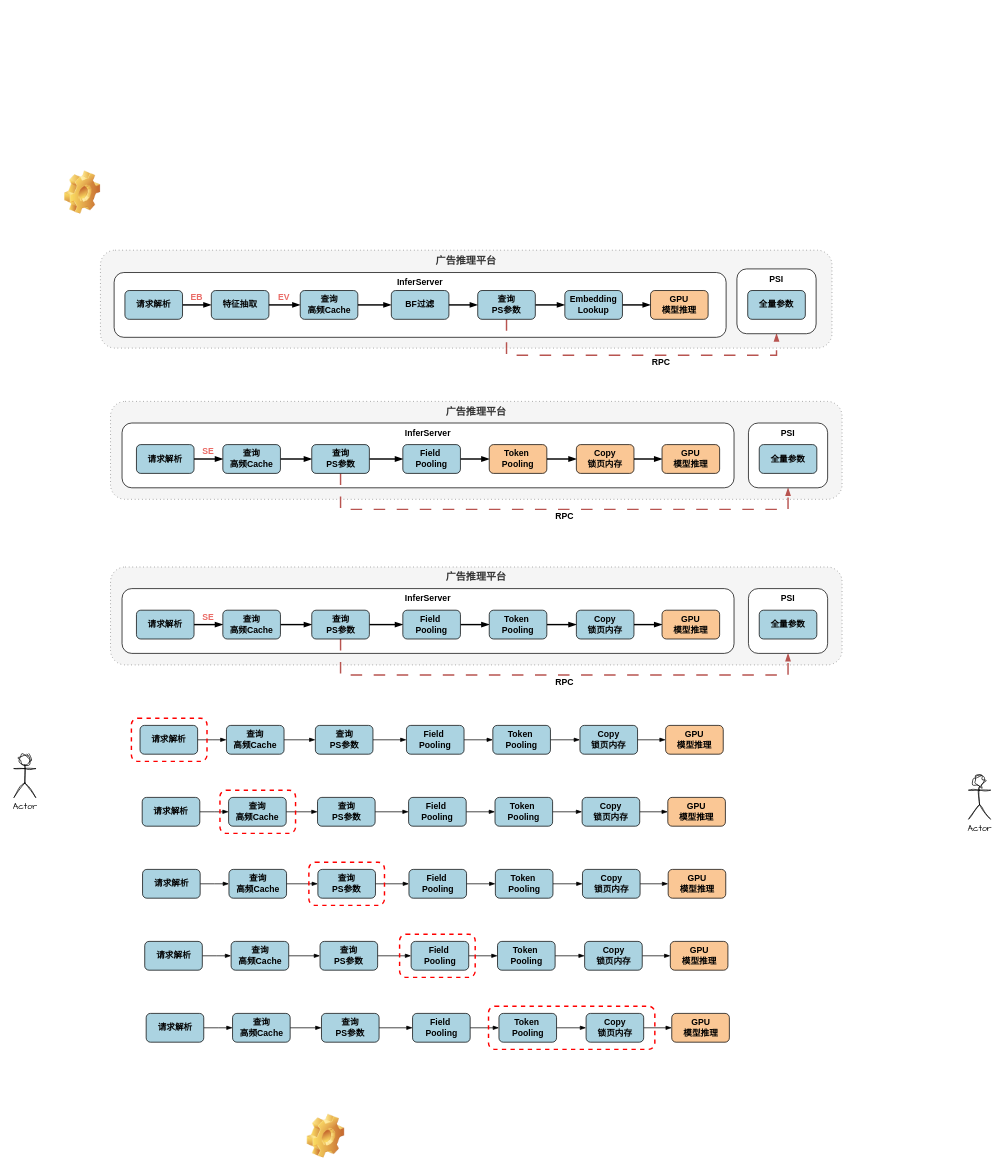
Earlier version of the draw.io diagram GprOptImpl.drawio (JackHsiung/totoro). Source tidied: cells renumbered, new cells numbered last; positions are measured from the earlier drawing's top-left corner, leaving out a move shared by most shapes. Both pictures are drawn from the tidied source at 72%, with x=0, y=0 at pixel (14, 171).
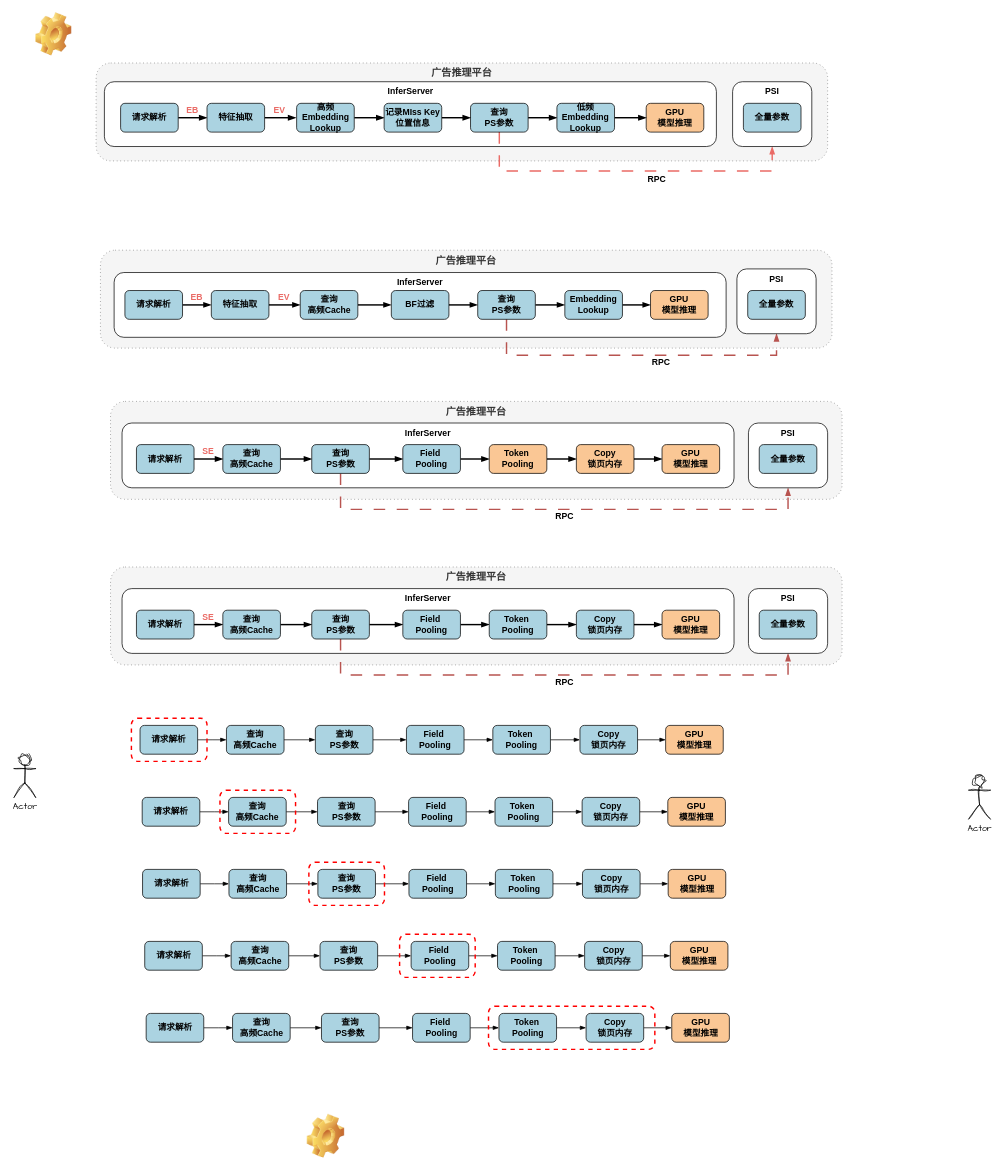
The same page after the edit.

Diff of the diagram source:
```diff
@@
     <mxCell id="92" style="shape=image;html=1;verticalLabelPosition=bottom;verticalAlign=top;imageAspect=0;image=img/clipart/Gear_128x128.png;sketch=1;hachureGap=4;jiggle=2;curveFitting=1;fontFamily=Architects Daughter;" parent="1" vertex="1">
-      <mxGeometry x="70" width="50" height="60" as="geometry" />
+      <mxGeometry x="30" y="-220" width="50" height="60" as="geometry" />
     </mxCell>
@@
+    <mxCell id="137" value="&lt;b&gt;&lt;font style=&quot;font-size: 14px;&quot;&gt;广告推理平台&lt;/font&gt;&lt;/b&gt;" style="rounded=1;whiteSpace=wrap;html=1;hachureGap=4;fontFamily=Architects Daughter;dashed=1;dashPattern=1 4;verticalAlign=top;fillColor=#f5f5f5;fontColor=#333333;strokeColor=#666666;" parent="1" vertex="1">
+      <mxGeometry x="114" y="-150" width="1016" height="136" as="geometry" />
+    </mxCell>
+    <mxCell id="138" value="&lt;font face=&quot;Helvetica&quot;&gt;&lt;b style=&quot;&quot;&gt;InferServer&lt;/b&gt;&lt;/font&gt;" style="rounded=1;whiteSpace=wrap;html=1;hachureGap=4;fontFamily=Architects Daughter;verticalAlign=top;" parent="1" vertex="1">
+      <mxGeometry x="125.5" y="-124" width="850" height="90" as="geometry" />
+    </mxCell>
+    <mxCell id="139" style="edgeStyle=orthogonalEdgeStyle;rounded=0;hachureGap=4;jettySize=auto;html=1;exitX=1;exitY=0.5;exitDx=0;exitDy=0;fontFamily=Architects Daughter;endArrow=blockThin;endFill=1;strokeWidth=2;" parent="1" edge="1" source="140" target="142">
+      <mxGeometry relative="1" as="geometry">
+        <Array as="points">
+          <mxPoint x="248" y="-74" />
+          <mxPoint x="248" y="-74" />
+        </Array>
+      </mxGeometry>
+    </mxCell>
+    <mxCell id="140" value="请求解析" style="rounded=1;whiteSpace=wrap;html=1;hachureGap=4;fontFamily=Helvetica;fontStyle=1;fillColor=#ABD3E1;" parent="1" vertex="1">
+      <mxGeometry x="148" y="-94" width="80" height="40" as="geometry" />
+    </mxCell>
+    <mxCell id="141" style="edgeStyle=orthogonalEdgeStyle;rounded=0;hachureGap=4;jettySize=auto;html=1;exitX=1;exitY=0.5;exitDx=0;exitDy=0;entryX=0;entryY=0.5;entryDx=0;entryDy=0;fontFamily=Architects Daughter;endArrow=blockThin;endFill=1;strokeWidth=2;" parent="1" edge="1" source="142">
+      <mxGeometry relative="1" as="geometry">
+        <mxPoint x="391.5" y="-74" as="targetPoint" />
+      </mxGeometry>
+    </mxCell>
+    <mxCell id="142" value="特征抽取" style="rounded=1;whiteSpace=wrap;html=1;hachureGap=4;fontFamily=Helvetica;fontStyle=1;fillColor=#ABD3E1;" parent="1" vertex="1">
+      <mxGeometry x="268" y="-94" width="80" height="40" as="geometry" />
+    </mxCell>
+    <mxCell id="143" style="edgeStyle=orthogonalEdgeStyle;rounded=0;hachureGap=4;jettySize=auto;html=1;exitX=1;exitY=0.5;exitDx=0;exitDy=0;entryX=0;entryY=0.5;entryDx=0;entryDy=0;fontFamily=Architects Daughter;endArrow=blockThin;endFill=1;strokeWidth=2;" parent="1" edge="1" source="145" target="157">
+      <mxGeometry relative="1" as="geometry" />
+    </mxCell>
+    <mxCell id="144" style="edgeStyle=orthogonalEdgeStyle;rounded=0;hachureGap=4;jettySize=auto;html=1;exitX=0.5;exitY=1;exitDx=0;exitDy=0;entryX=0.5;entryY=1;entryDx=0;entryDy=0;fontFamily=Architects Daughter;endArrow=blockThin;endFill=1;strokeWidth=2;dashed=1;dashPattern=8 8;strokeColor=#EA6B66;" parent="1" edge="1" source="145" target="149">
+      <mxGeometry relative="1" as="geometry">
+        <Array as="points">
+          <mxPoint x="674" />
+          <mxPoint x="1053" />
+        </Array>
+      </mxGeometry>
+    </mxCell>
+    <mxCell id="145" value="查询&lt;div&gt;PS&lt;span style=&quot;background-color: transparent; color: light-dark(rgb(0, 0, 0), rgb(255, 255, 255));&quot;&gt;参数&lt;/span&gt;&lt;/div&gt;" style="rounded=1;whiteSpace=wrap;html=1;hachureGap=4;fontFamily=Helvetica;fontStyle=1;fillColor=#ABD3E1;" parent="1" vertex="1">
+      <mxGeometry x="634" y="-94" width="80" height="40" as="geometry" />
+    </mxCell>
+    <mxCell id="146" style="edgeStyle=orthogonalEdgeStyle;rounded=0;hachureGap=4;jettySize=auto;html=1;exitX=1;exitY=0.5;exitDx=0;exitDy=0;entryX=0;entryY=0.5;entryDx=0;entryDy=0;fontFamily=Architects Daughter;endArrow=blockThin;endFill=1;strokeWidth=2;" parent="1" edge="1" source="147" target="155">
+      <mxGeometry relative="1" as="geometry" />
+    </mxCell>
+    <mxCell id="147" value="&lt;div&gt;高频&lt;/div&gt;&lt;div&gt;Embedding&lt;/div&gt;Lookup" style="rounded=1;whiteSpace=wrap;html=1;hachureGap=4;fontFamily=Helvetica;fontStyle=1;fillColor=#ABD3E1;" parent="1" vertex="1">
+      <mxGeometry x="392.5" y="-94" width="80" height="40" as="geometry" />
+    </mxCell>
+    <mxCell id="148" value="GPU&lt;div&gt;模型推理&lt;/div&gt;" style="rounded=1;whiteSpace=wrap;html=1;hachureGap=4;fontFamily=Helvetica;fontStyle=1;fillColor=#FAC795;" parent="1" vertex="1">
+      <mxGeometry x="878" y="-94" width="80" height="40" as="geometry" />
+    </mxCell>
+    <mxCell id="149" value="&lt;font face=&quot;Helvetica&quot;&gt;&lt;b style=&quot;&quot;&gt;PSI&lt;/b&gt;&lt;/font&gt;" style="rounded=1;whiteSpace=wrap;html=1;hachureGap=4;fontFamily=Architects Daughter;verticalAlign=top;" parent="1" vertex="1">
+      <mxGeometry x="998" y="-124" width="110" height="90" as="geometry" />
+    </mxCell>
+    <mxCell id="150" value="全量参数" style="rounded=1;whiteSpace=wrap;html=1;hachureGap=4;fontFamily=Helvetica;fontStyle=1;fillColor=#ABD3E1;" parent="1" vertex="1">
+      <mxGeometry x="1013" y="-94" width="80" height="40" as="geometry" />
+    </mxCell>
+    <mxCell id="151" value="RPC" style="text;html=1;align=center;verticalAlign=middle;whiteSpace=wrap;rounded=0;fontFamily=Helvetica;fontStyle=1;" parent="1" vertex="1">
+      <mxGeometry x="868" y="2" width="50" height="20" as="geometry" />
+    </mxCell>
+    <mxCell id="152" value="EV" style="text;html=1;align=center;verticalAlign=middle;whiteSpace=wrap;rounded=0;fontFamily=Helvetica;fontStyle=1;fontColor=#EA6B66;" parent="1" vertex="1">
+      <mxGeometry x="353" y="-94" width="32" height="20" as="geometry" />
+    </mxCell>
+    <mxCell id="153" value="EB" style="text;html=1;align=center;verticalAlign=middle;whiteSpace=wrap;rounded=0;fontFamily=Helvetica;fontStyle=1;fontColor=#EA6B66;" parent="1" vertex="1">
+      <mxGeometry x="233" y="-94" width="30" height="20" as="geometry" />
+    </mxCell>
+    <mxCell id="154" style="edgeStyle=orthogonalEdgeStyle;rounded=0;hachureGap=4;jettySize=auto;html=1;exitX=1;exitY=0.5;exitDx=0;exitDy=0;fontFamily=Architects Daughter;strokeWidth=2;endArrow=blockThin;endFill=1;" parent="1" edge="1" source="155" target="145">
+      <mxGeometry relative="1" as="geometry" />
+    </mxCell>
+    <mxCell id="155" value="记录MIss Key位置信息" style="rounded=1;whiteSpace=wrap;html=1;hachureGap=4;fontFamily=Helvetica;fontStyle=1;fillColor=#ABD3E1;" parent="1" vertex="1">
+      <mxGeometry x="514" y="-94" width="80" height="40" as="geometry" />
+    </mxCell>
+    <mxCell id="156" style="edgeStyle=orthogonalEdgeStyle;rounded=0;hachureGap=4;jettySize=auto;html=1;exitX=1;exitY=0.5;exitDx=0;exitDy=0;entryX=0;entryY=0.5;entryDx=0;entryDy=0;fontFamily=Architects Daughter;strokeWidth=2;endArrow=blockThin;endFill=1;" parent="1" edge="1" source="157" target="148">
+      <mxGeometry relative="1" as="geometry" />
+    </mxCell>
+    <mxCell id="157" value="低频&lt;br&gt;&lt;div&gt;Embedding Lookup&lt;/div&gt;" style="rounded=1;whiteSpace=wrap;html=1;hachureGap=4;fontFamily=Helvetica;fontStyle=1;fillColor=#ABD3E1;" parent="1" vertex="1">
+      <mxGeometry x="754" y="-94" width="80" height="40" as="geometry" />
+    </mxCell>
```
